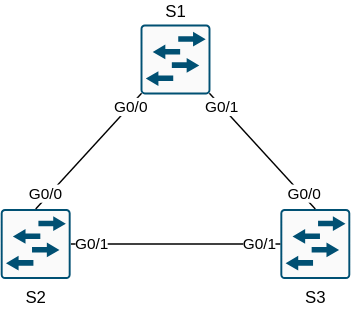
Before: modules/layer-2/stp/spanning-tree/topology/diagram.svg, a diagram exported from draw.io (ackindelt-cyber/ackindelt-networking-cml). Source tidied: cells renumbered, new cells last; positions are measured from the earlier drawing's top-left corner, leaving out a move shared by most shapes.
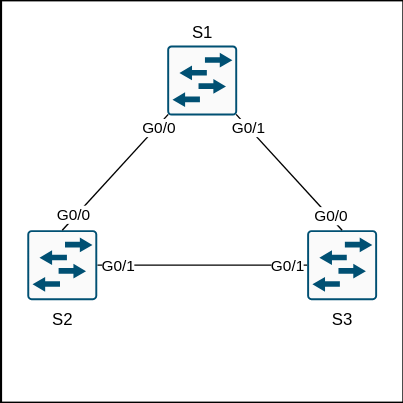
After the change.

Diff of the diagram source:
```diff
@@ -1,7 +1,10 @@
-<mxGraphModel>
+<mxGraphModel background="light-dark(#000000,#FFFFFF)">
   <root>
     <mxCell id="0" />
     <mxCell id="1" parent="0" />
+    <mxCell id="14" style="whiteSpace=wrap;html=1;" parent="1" vertex="1">
+      <mxGeometry x="-18.5" y="-32" width="287" height="287" as="geometry" />
+    </mxCell>
     <mxCell id="2" value="S1" style="sketch=0;points=[[0.015,0.015,0],[0.985,0.015,0],[0.985,0.985,0],[0.015,0.985,0],[0.25,0,0],[0.5,0,0],[0.75,0,0],[1,0.25,0],[1,0.5,0],[1,0.75,0],[0.75,1,0],[0.5,1,0],[0.25,1,0],[0,0.75,0],[0,0.5,0],[0,0.25,0]];verticalLabelPosition=top;html=1;verticalAlign=bottom;align=center;shape=mxgraph.cisco19.rect;prIcon=l2_switch;fillColor=#FAFAFA;strokeColor=#005073;labelPosition=center;" parent="1" vertex="1">
       <mxGeometry x="100" width="50" height="50" as="geometry" />
     </mxCell>
@@ -11,44 +14,44 @@
     <mxCell id="4" style="rounded=0;jettySize=auto;html=1;exitX=1;exitY=0.5;exitDx=0;exitDy=0;exitPerimeter=0;endArrow=none;endFill=0;" parent="1" edge="1" source="7" target="3">
       <mxGeometry relative="1" as="geometry" />
     </mxCell>
-    <mxCell id="5" value="G0/1" style="edgeLabel;html=1;align=center;verticalAlign=middle;" parent="4" vertex="1">
-      <mxGeometry x="-0.86" relative="1" as="geometry">
-        <mxPoint x="4" as="offset" />
-      </mxGeometry>
-    </mxCell>
-    <mxCell id="6" value="G0/1" style="edgeLabel;html=1;align=center;verticalAlign=middle;" parent="4" vertex="1">
-      <mxGeometry x="0.86" relative="1" as="geometry">
-        <mxPoint x="-5" as="offset" />
-      </mxGeometry>
-    </mxCell>
+    <mxCell id="15" value="G0/1" style="edgeLabel;html=1;align=center;verticalAlign=middle;" parent="4" vertex="1">
+      <mxGeometry x="-0.86" relative="1" as="geometry">
+        <mxPoint x="4" as="offset" />
+      </mxGeometry>
+    </mxCell>
+    <mxCell id="16" value="G0/1" style="edgeLabel;html=1;align=center;verticalAlign=middle;" parent="4" vertex="1">
+      <mxGeometry x="0.86" relative="1" as="geometry">
+        <mxPoint x="-5" as="offset" />
+      </mxGeometry>
+    </mxCell>
     <mxCell id="7" value="S2" style="sketch=0;points=[[0.015,0.015,0],[0.985,0.015,0],[0.985,0.985,0],[0.015,0.985,0],[0.25,0,0],[0.5,0,0],[0.75,0,0],[1,0.25,0],[1,0.5,0],[1,0.75,0],[0.75,1,0],[0.5,1,0],[0.25,1,0],[0,0.75,0],[0,0.5,0],[0,0.25,0]];verticalLabelPosition=bottom;html=1;verticalAlign=top;align=center;shape=mxgraph.cisco19.rect;prIcon=l2_switch;fillColor=#FAFAFA;strokeColor=#005073;labelPosition=center;" parent="1" vertex="1">
       <mxGeometry y="132" width="50" height="50" as="geometry" />
     </mxCell>
     <mxCell id="8" style="rounded=0;jettySize=auto;html=1;exitX=0.5;exitY=0;exitDx=0;exitDy=0;exitPerimeter=0;entryX=0.015;entryY=0.985;entryDx=0;entryDy=0;entryPerimeter=0;endArrow=none;endFill=0;" parent="1" edge="1" source="7" target="2">
       <mxGeometry relative="1" as="geometry" />
     </mxCell>
-    <mxCell id="9" value="G0/0" style="edgeLabel;html=1;align=center;verticalAlign=middle;" parent="8" vertex="1">
-      <mxGeometry x="0.77" relative="1" as="geometry">
-        <mxPoint x="1" as="offset" />
-      </mxGeometry>
-    </mxCell>
-    <mxCell id="10" value="G0/0" style="edgeLabel;html=1;align=center;verticalAlign=middle;" parent="8" vertex="1">
-      <mxGeometry x="-0.74" y="1" relative="1" as="geometry">
-        <mxPoint x="-2" as="offset" />
-      </mxGeometry>
-    </mxCell>
+    <mxCell id="17" value="G0/0" style="edgeLabel;html=1;align=center;verticalAlign=middle;" parent="8" vertex="1">
+      <mxGeometry x="0.77" relative="1" as="geometry">
+        <mxPoint x="1" as="offset" />
+      </mxGeometry>
+    </mxCell>
+    <mxCell id="18" value="G0/0" style="edgeLabel;html=1;align=center;verticalAlign=middle;" parent="8" vertex="1">
+      <mxGeometry x="-0.74" y="1" relative="1" as="geometry">
+        <mxPoint x="-2" as="offset" />
+      </mxGeometry>
+    </mxCell>
     <mxCell id="11" style="rounded=0;jettySize=auto;html=1;exitX=0.5;exitY=0;exitDx=0;exitDy=0;exitPerimeter=0;entryX=0.985;entryY=0.985;entryDx=0;entryDy=0;entryPerimeter=0;endArrow=none;endFill=0;" parent="1" edge="1" source="3" target="2">
       <mxGeometry relative="1" as="geometry" />
     </mxCell>
-    <mxCell id="12" value="G0/1" style="edgeLabel;html=1;align=center;verticalAlign=middle;" parent="11" vertex="1">
-      <mxGeometry x="0.81" relative="1" as="geometry">
-        <mxPoint x="1" y="1" as="offset" />
-      </mxGeometry>
-    </mxCell>
-    <mxCell id="13" value="G0/0" style="edgeLabel;html=1;align=center;verticalAlign=middle;" parent="11" vertex="1">
-      <mxGeometry x="-0.79" y="1" relative="1" as="geometry">
-        <mxPoint y="-3" as="offset" />
-      </mxGeometry>
-    </mxCell>
+    <mxCell id="19" value="G0/1" style="edgeLabel;html=1;align=center;verticalAlign=middle;" parent="11" vertex="1">
+      <mxGeometry x="0.81" relative="1" as="geometry">
+        <mxPoint x="1" y="1" as="offset" />
+      </mxGeometry>
+    </mxCell>
+    <mxCell id="20" value="G0/0" style="edgeLabel;html=1;align=center;verticalAlign=middle;" parent="11" vertex="1">
+      <mxGeometry x="-0.79" y="1" relative="1" as="geometry">
+        <mxPoint y="-3" as="offset" />
+      </mxGeometry>
+    </mxCell>
   </root>
 </mxGraphModel>
```
